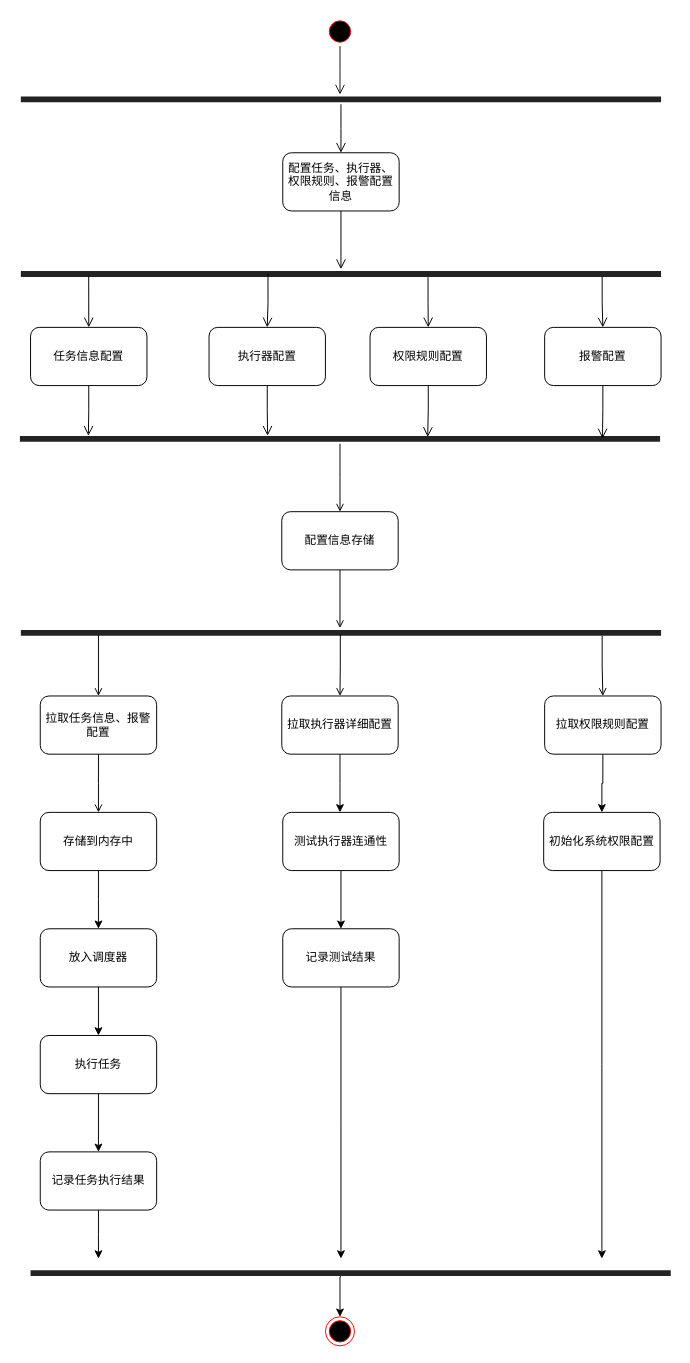
Before: 任务管理模块活动图.drawio in tianshengdiwangK/common, a draw.io diagram. Source tidied: cells renumbered, new cells numbered last; positions are measured from the earlier drawing's top-left corner, leaving out a move shared by most shapes. Both pictures are drawn from the tidied source at 97%, with x=0, y=0 at pixel (19, 16).
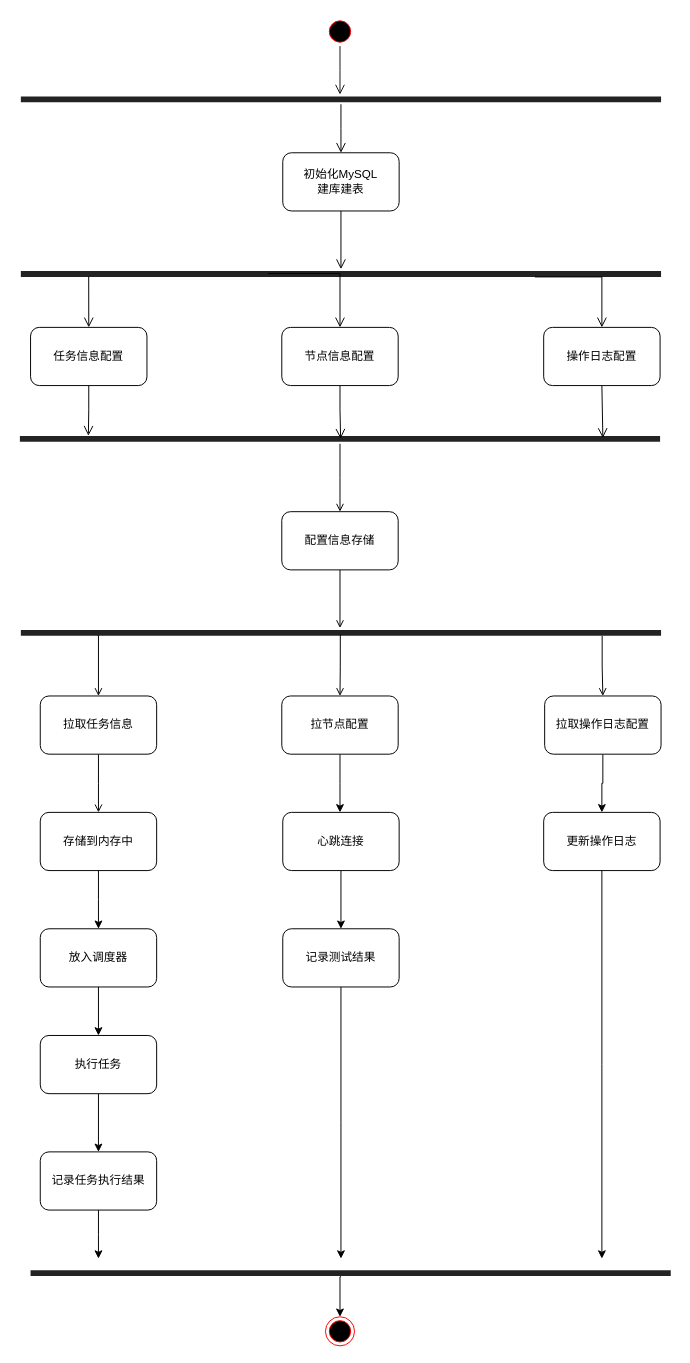
After the change.

Commit message:
更新任务管理模块活动图.drawio

Unchanged cells that the change refers to:
```xml
<mxCell id="8" style="shape=line;html=1;strokeWidth=6;strokeColor=#242323;" parent="1" vertex="1">
  <mxGeometry x="1" y="260" width="660" height="10" as="geometry" />
</mxCell>
<mxCell id="18" style="shape=line;html=1;strokeWidth=6;strokeColor=#242323;" parent="1" vertex="1">
  <mxGeometry y="430" width="660" height="10" as="geometry" />
</mxCell>
```

Change to the diagram source:
```diff
@@
-    <mxCell id="6" value="配置任务、执行器、权限规则、报警配置信息" style="rounded=1;whiteSpace=wrap;html=1;" parent="1" vertex="1">
+    <mxCell id="6" value="初始化MySQL&lt;br&gt;建库建表" style="rounded=1;whiteSpace=wrap;html=1;" parent="1" vertex="1">
       <mxGeometry x="271" y="140" width="120" height="60" as="geometry" />
     </mxCell>
@@
-    <mxCell id="11" value="执行器配置" style="rounded=1;whiteSpace=wrap;html=1;" parent="1" vertex="1">
-      <mxGeometry x="195" y="320" width="120" height="60" as="geometry" />
+    <mxCell id="11" value="节点信息配置" style="rounded=1;whiteSpace=wrap;html=1;" parent="1" vertex="1">
+      <mxGeometry x="270" y="320" width="120" height="60" as="geometry" />
     </mxCell>
-    <mxCell id="12" style="edgeStyle=orthogonalEdgeStyle;html=1;verticalAlign=bottom;endArrow=open;endSize=8;strokeColor=#000000;rounded=0;entryX=0.5;entryY=0;entryDx=0;entryDy=0;exitX=0.636;exitY=0.822;exitDx=0;exitDy=0;exitPerimeter=0;" parent="1" edge="1" source="8" target="13">
-      <mxGeometry relative="1" as="geometry" />
+    <mxCell id="12" style="edgeStyle=orthogonalEdgeStyle;html=1;verticalAlign=bottom;endArrow=open;endSize=8;strokeColor=#000000;rounded=0;entryX=0.5;entryY=0;entryDx=0;entryDy=0;" parent="1" edge="1" target="13">
+      <mxGeometry relative="1" as="geometry">
+        <mxPoint x="531" y="268" as="sourcePoint" />
+        <Array as="points">
+          <mxPoint x="531" y="268" />
+        </Array>
+      </mxGeometry>
     </mxCell>
-    <mxCell id="13" value="权限规则配置" style="rounded=1;whiteSpace=wrap;html=1;" parent="1" vertex="1">
-      <mxGeometry x="361" y="320" width="120" height="60" as="geometry" />
+    <mxCell id="13" value="操作日志配置" style="rounded=1;whiteSpace=wrap;html=1;" parent="1" vertex="1">
+      <mxGeometry x="540" y="320" width="120" height="60" as="geometry" />
     </mxCell>
-    <mxCell id="14" style="edgeStyle=orthogonalEdgeStyle;html=1;verticalAlign=bottom;endArrow=open;endSize=8;strokeColor=#000000;rounded=0;entryX=0.5;entryY=0;entryDx=0;entryDy=0;exitX=0.908;exitY=0.762;exitDx=0;exitDy=0;exitPerimeter=0;" parent="1" edge="1" source="8" target="15">
-      <mxGeometry relative="1" as="geometry" />
-    </mxCell>
-    <mxCell id="15" value="报警配置" style="rounded=1;whiteSpace=wrap;html=1;" parent="1" vertex="1">
-      <mxGeometry x="541" y="320" width="120" height="60" as="geometry" />
-    </mxCell>
     <mxCell id="16" style="edgeStyle=orthogonalEdgeStyle;html=1;verticalAlign=bottom;endArrow=open;endSize=8;strokeColor=#000000;rounded=0;exitX=0.386;exitY=0.443;exitDx=0;exitDy=0;exitPerimeter=0;" parent="1" edge="1" source="8" target="11">
-      <mxGeometry relative="1" as="geometry" />
+      <mxGeometry relative="1" as="geometry">
+        <Array as="points">
+          <mxPoint x="330" y="264" />
+        </Array>
+      </mxGeometry>
     </mxCell>
@@
-    <mxCell id="20" style="edgeStyle=orthogonalEdgeStyle;html=1;verticalAlign=bottom;endArrow=open;endSize=8;strokeColor=#000000;rounded=0;exitX=0.5;exitY=1;exitDx=0;exitDy=0;entryX=0.387;entryY=0.171;entryDx=0;entryDy=0;entryPerimeter=0;" parent="1" edge="1" source="11" target="18">
-      <mxGeometry relative="1" as="geometry" />
+    <mxCell id="20" style="edgeStyle=orthogonalEdgeStyle;html=1;verticalAlign=bottom;endArrow=open;endSize=8;strokeColor=#000000;rounded=0;exitX=0.5;exitY=1;exitDx=0;exitDy=0;entryX=0.501;entryY=0.48;entryDx=0;entryDy=0;entryPerimeter=0;" parent="1" edge="1" source="11" target="18">
+      <mxGeometry relative="1" as="geometry">
+        <Array as="points">
+          <mxPoint x="330" y="405" />
+          <mxPoint x="331" y="405" />
+        </Array>
+      </mxGeometry>
     </mxCell>
-    <mxCell id="21" style="edgeStyle=orthogonalEdgeStyle;html=1;verticalAlign=bottom;endArrow=open;endSize=8;strokeColor=#000000;rounded=0;exitX=0.5;exitY=1;exitDx=0;exitDy=0;entryX=0.637;entryY=0.3;entryDx=0;entryDy=0;entryPerimeter=0;" parent="1" edge="1" source="13" target="18">
-      <mxGeometry relative="1" as="geometry" />
+    <mxCell id="21" style="html=1;verticalAlign=bottom;endArrow=open;endSize=8;strokeColor=#000000;rounded=0;exitX=0.5;exitY=1;exitDx=0;exitDy=0;" parent="1" edge="1" source="13">
+      <mxGeometry relative="1" as="geometry">
+        <mxPoint x="601" y="434" as="targetPoint" />
+      </mxGeometry>
     </mxCell>
-    <mxCell id="22" style="edgeStyle=orthogonalEdgeStyle;html=1;verticalAlign=bottom;endArrow=open;endSize=8;strokeColor=#000000;rounded=0;exitX=0.5;exitY=1;exitDx=0;exitDy=0;entryX=0.91;entryY=0.454;entryDx=0;entryDy=0;entryPerimeter=0;" parent="1" edge="1" source="15" target="18">
-      <mxGeometry relative="1" as="geometry" />
-    </mxCell>
@@
-    <mxCell id="28" value="拉取任务信息、报警配置" style="rounded=1;whiteSpace=wrap;html=1;" parent="1" vertex="1">
+    <mxCell id="28" value="拉取任务信息" style="rounded=1;whiteSpace=wrap;html=1;" parent="1" vertex="1">
       <mxGeometry x="21" y="700" width="120" height="60" as="geometry" />
     </mxCell>
@@
-    <mxCell id="40" value="拉取执行器详细配置" style="rounded=1;whiteSpace=wrap;html=1;" parent="1" vertex="1">
+    <mxCell id="40" value="拉节点配置" style="rounded=1;whiteSpace=wrap;html=1;" parent="1" vertex="1">
       <mxGeometry x="270" y="700" width="120" height="60" as="geometry" />
     </mxCell>
@@
-    <mxCell id="42" value="拉取权限规则配置" style="rounded=1;whiteSpace=wrap;html=1;" parent="1" vertex="1">
+    <mxCell id="42" value="拉取操作日志配置" style="rounded=1;whiteSpace=wrap;html=1;" parent="1" vertex="1">
       <mxGeometry x="541" y="700" width="120" height="60" as="geometry" />
     </mxCell>
@@
-    <mxCell id="45" value="测试执行器连通性" style="rounded=1;whiteSpace=wrap;html=1;" parent="1" vertex="1">
+    <mxCell id="45" value="心跳连接" style="rounded=1;whiteSpace=wrap;html=1;" parent="1" vertex="1">
       <mxGeometry x="271" y="820" width="120" height="60" as="geometry" />
     </mxCell>
@@
-    <mxCell id="49" value="初始化系统权限配置" style="rounded=1;whiteSpace=wrap;html=1;" parent="1" vertex="1">
+    <mxCell id="49" value="更新操作日志" style="rounded=1;whiteSpace=wrap;html=1;" parent="1" vertex="1">
       <mxGeometry x="540" y="820" width="120" height="60" as="geometry" />
     </mxCell>
```
